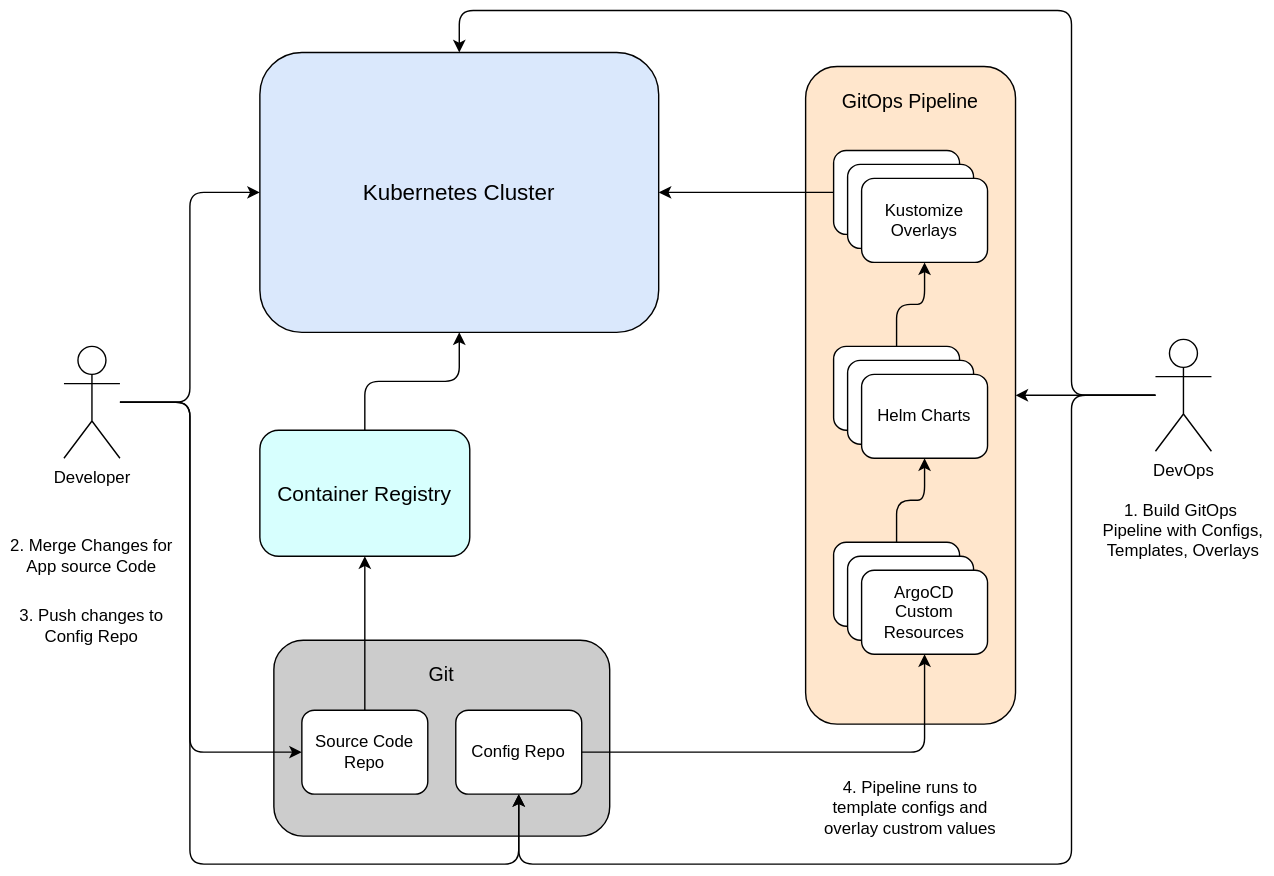
This is docs/docs/img/GitOpsDelivery.drawio.svg from threeport/threeport, a draw.io export, as it was before one commit. Source tidied: cells renumbered, new cells last; positions are measured from the earlier drawing's top-left corner, leaving out a move shared by most shapes.
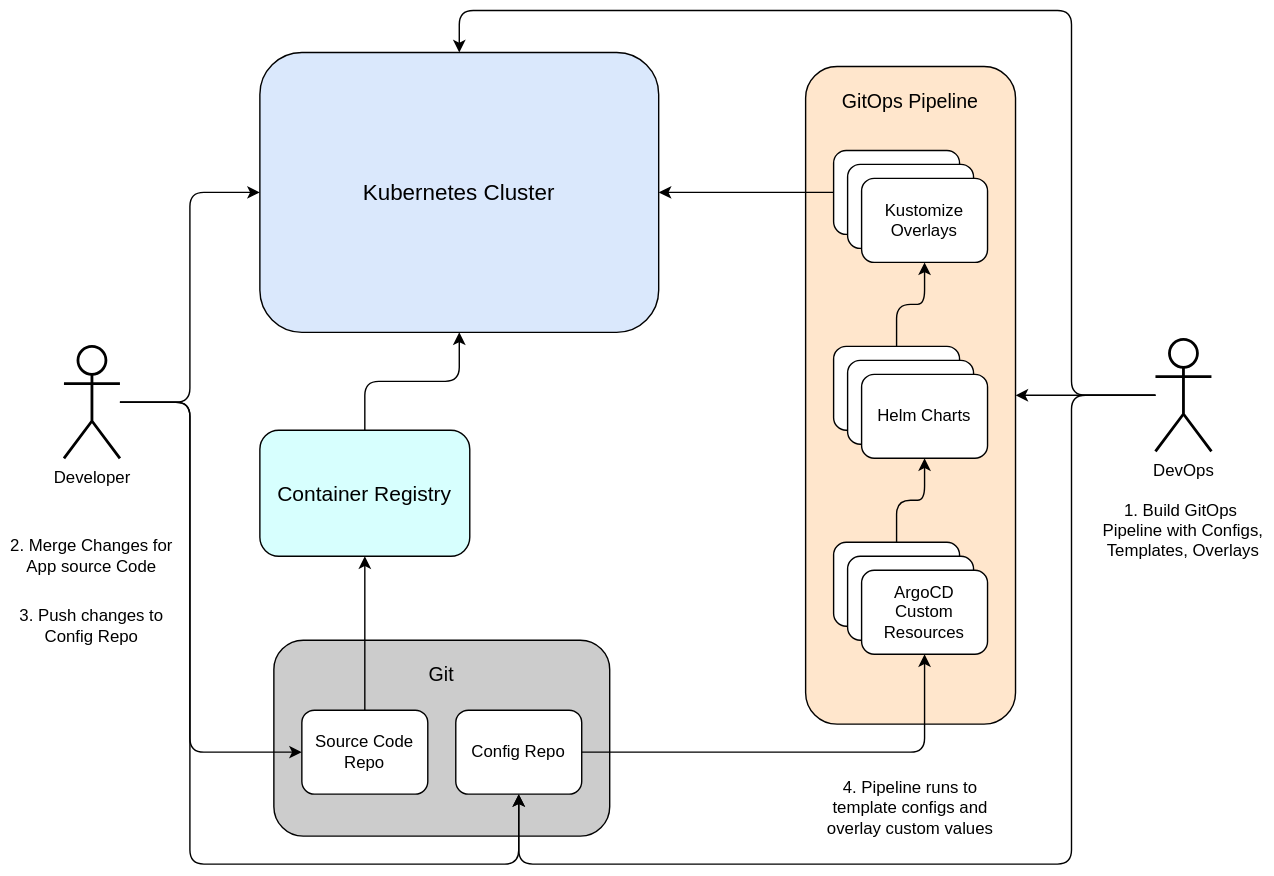
The same diagram one commit later.

Commit message:
docs: improve actor stroke visibility and fix typo in diagrams

The edit, as a diff of the source:
```diff
@@ -73,7 +73,7 @@
         </Array>
       </mxGeometry>
     </mxCell>
-    <mxCell id="22" value="Developer&lt;div&gt;&lt;br&gt;&lt;/div&gt;" style="shape=umlActor;verticalLabelPosition=bottom;verticalAlign=top;html=1;outlineConnect=0;" parent="1" vertex="1">
+    <mxCell id="22" value="Developer&lt;div&gt;&lt;br&gt;&lt;/div&gt;" style="shape=umlActor;verticalLabelPosition=bottom;verticalAlign=top;html=1;outlineConnect=0;strokeWidth=2;" parent="1" vertex="1">
       <mxGeometry x="45" y="240" width="40" height="80" as="geometry" />
     </mxCell>
     <mxCell id="23" style="edgeStyle=none;html=1;entryX=0.5;entryY=0;entryDx=0;entryDy=0;" parent="1" edge="1" source="25" target="6">
@@ -88,7 +88,7 @@
         </Array>
       </mxGeometry>
     </mxCell>
-    <mxCell id="25" value="DevOps&lt;div&gt;&lt;br&gt;&lt;/div&gt;" style="shape=umlActor;verticalLabelPosition=bottom;verticalAlign=top;html=1;outlineConnect=0;" parent="1" vertex="1">
+    <mxCell id="25" value="DevOps&lt;div&gt;&lt;br&gt;&lt;/div&gt;" style="shape=umlActor;verticalLabelPosition=bottom;verticalAlign=top;html=1;outlineConnect=0;strokeWidth=2;" parent="1" vertex="1">
       <mxGeometry x="825" y="235" width="40" height="80" as="geometry" />
     </mxCell>
     <mxCell id="26" style="edgeStyle=none;html=1;exitX=0.5;exitY=0;exitDx=0;exitDy=0;entryX=0.5;entryY=1;entryDx=0;entryDy=0;" parent="1" edge="1" source="27" target="4">
@@ -121,7 +121,7 @@
     <mxCell id="33" value="&lt;font style=&quot;color: rgb(0, 0, 0);&quot;&gt;1. Build GitOps&amp;nbsp; Pipeline with Configs,&lt;/font&gt;&lt;div&gt;&lt;font style=&quot;color: rgb(0, 0, 0);&quot;&gt;Templates, Overlays&lt;br&gt;&lt;/font&gt;&lt;div&gt;&lt;span style=&quot;font-size: 14px;&quot;&gt;&lt;br&gt;&lt;/span&gt;&lt;/div&gt;&lt;/div&gt;" style="text;strokeColor=none;align=center;fillColor=none;html=1;verticalAlign=middle;whiteSpace=wrap;rounded=0;" parent="1" vertex="1">
       <mxGeometry x="780" y="370" width="130" height="20" as="geometry" />
     </mxCell>
-    <mxCell id="34" value="&lt;div&gt;&lt;div&gt;&lt;font style=&quot;color: rgb(0, 0, 0);&quot;&gt;4. Pipeline runs to template configs and overlay custrom values&lt;/font&gt;&lt;/div&gt;&lt;/div&gt;" style="text;strokeColor=none;align=center;fillColor=none;html=1;verticalAlign=middle;whiteSpace=wrap;rounded=0;" parent="1" vertex="1">
+    <mxCell id="34" value="&lt;div&gt;&lt;div&gt;&lt;font style=&quot;color: rgb(0, 0, 0);&quot;&gt;4. Pipeline runs to template configs and overlay custom values&lt;/font&gt;&lt;/div&gt;&lt;/div&gt;" style="text;strokeColor=none;align=center;fillColor=none;html=1;verticalAlign=middle;whiteSpace=wrap;rounded=0;" parent="1" vertex="1">
       <mxGeometry x="585" y="560" width="130" height="20" as="geometry" />
     </mxCell>
     <mxCell id="35" value="2. Merge Changes for App source Code" style="text;strokeColor=none;align=center;fillColor=none;html=1;verticalAlign=middle;whiteSpace=wrap;rounded=0;" parent="1" vertex="1">
```
